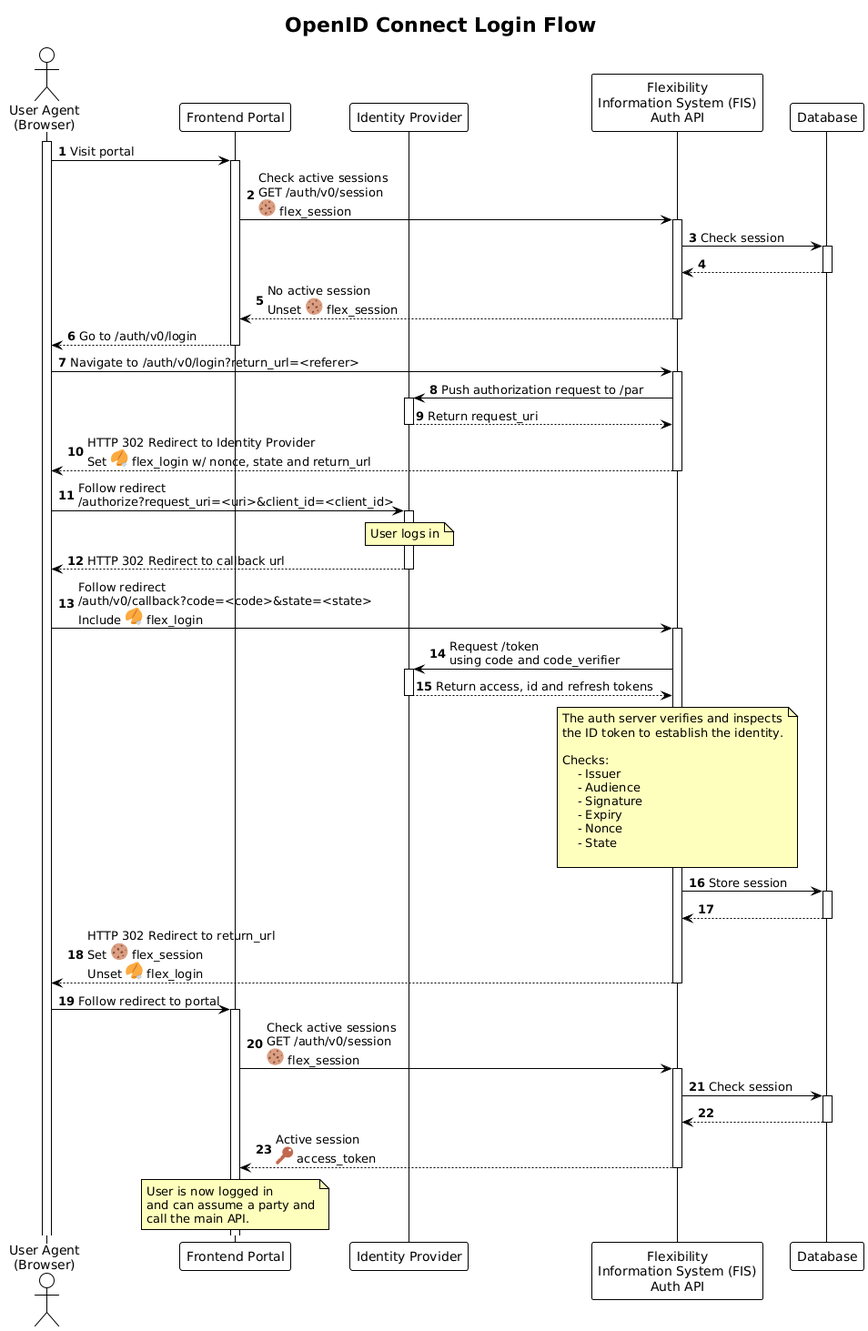
elhub/flex-information-system keeps this PlantUML diagram as docs-dev/diagrams/oidc_login_sequence.png. Above is the earlier version. Its diagram source:
```plantuml
@startuml oidc_login_sequence

!theme plain

title OpenID Connect Login Flow

autonumber
autoactivate on

skinparam note {
    BackgroundColor #FFFFBD
}

actor "User Agent\n(Browser)" as UA
activate UA
participant "Frontend Portal" as PORTAL
participant "Identity Provider" as IDP
participant "Flexibility\nInformation System (FIS)\nAuth API" as AUTH
participant "Database" as DB

UA -> PORTAL: Visit portal
PORTAL -> AUTH: Check active sessions\nGET /auth/v0/session\n<:cookie:> flex_session
AUTH -> DB: Check session
return
return No active session\nUnset <:cookie:> flex_session
return Go to /auth/v0/login

UA -> AUTH: Navigate to /auth/v0/login?return_url=<referer>
AUTH -> IDP: Push authorization request to /par
return Return request_uri
return HTTP 302 Redirect to Identity Provider\nSet <:fortune_cookie:> flex_login w/ nonce, state and return_url

UA -> IDP: Follow redirect\n/authorize?request_uri=<uri>&client_id=<client_id>
note over IDP
    User logs in
end note
return HTTP 302 Redirect to callback url

UA -> AUTH: Follow redirect\n/auth/v0/callback?code=<code>&state=<state>\nInclude <:fortune_cookie:> flex_login
AUTH -> IDP: Request /token\nusing code and code_verifier
return Return access, id and refresh tokens
note over AUTH
    The auth server verifies and inspects
    the ID token to establish the identity.

    Checks:
        - Issuer
        - Audience
        - Signature
        - Expiry
        - Nonce
        - State

end note

AUTH -> DB: Store session
return

return HTTP 302 Redirect to return_url\nSet <:cookie:> flex_session\nUnset <:fortune_cookie:> flex_login

UA -> PORTAL: Follow redirect to portal
PORTAL -> AUTH: Check active sessions\nGET /auth/v0/session\n<:cookie:> flex_session
AUTH -> DB: Check session
return
return Active session\n<:key:> access_token

note over PORTAL
    User is now logged in
    and can assume a party and
    call the main API.
end note
@enduml
```
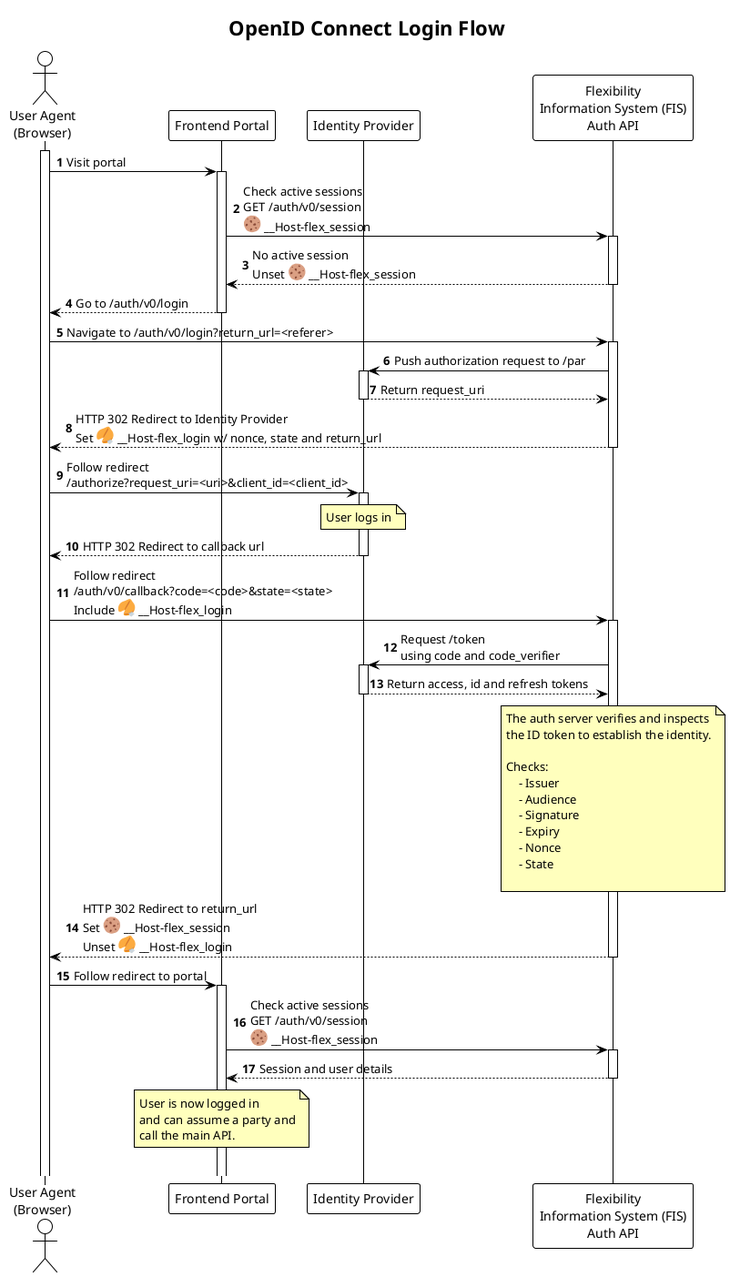
The same diagram one commit later.

Commit message:
docs: bff scope (FLEX-475)

Change to the diagram source:
```diff
@@ -16,19 +16,16 @@
 participant "Frontend Portal" as PORTAL
 participant "Identity Provider" as IDP
 participant "Flexibility\nInformation System (FIS)\nAuth API" as AUTH
-participant "Database" as DB
 
 UA -> PORTAL: Visit portal
-PORTAL -> AUTH: Check active sessions\nGET /auth/v0/session\n<:cookie:> flex_session
-AUTH -> DB: Check session
-return
-return No active session\nUnset <:cookie:> flex_session
+PORTAL -> AUTH: Check active sessions\nGET /auth/v0/session\n<:cookie:> __Host-flex_session
+return No active session\nUnset <:cookie:> __Host-flex_session
 return Go to /auth/v0/login
 
 UA -> AUTH: Navigate to /auth/v0/login?return_url=<referer>
 AUTH -> IDP: Push authorization request to /par
 return Return request_uri
-return HTTP 302 Redirect to Identity Provider\nSet <:fortune_cookie:> flex_login w/ nonce, state and return_url
+return HTTP 302 Redirect to Identity Provider\nSet <:fortune_cookie:> __Host-flex_login w/ nonce, state and return_url
 
 UA -> IDP: Follow redirect\n/authorize?request_uri=<uri>&client_id=<client_id>
 note over IDP
@@ -36,7 +33,7 @@
 end note
 return HTTP 302 Redirect to callback url
 
-UA -> AUTH: Follow redirect\n/auth/v0/callback?code=<code>&state=<state>\nInclude <:fortune_cookie:> flex_login
+UA -> AUTH: Follow redirect\n/auth/v0/callback?code=<code>&state=<state>\nInclude <:fortune_cookie:> __Host-flex_login
 AUTH -> IDP: Request /token\nusing code and code_verifier
 return Return access, id and refresh tokens
 note over AUTH
@@ -53,20 +50,16 @@
 
 end note
 
-AUTH -> DB: Store session
-return
-
-return HTTP 302 Redirect to return_url\nSet <:cookie:> flex_session\nUnset <:fortune_cookie:> flex_login
+return HTTP 302 Redirect to return_url\nSet <:cookie:> __Host-flex_session\nUnset <:fortune_cookie:> __Host-flex_login
 
 UA -> PORTAL: Follow redirect to portal
-PORTAL -> AUTH: Check active sessions\nGET /auth/v0/session\n<:cookie:> flex_session
-AUTH -> DB: Check session
-return
-return Active session\n<:key:> access_token
+PORTAL -> AUTH: Check active sessions\nGET /auth/v0/session\n<:cookie:> __Host-flex_session
+return Session and user details
 
 note over PORTAL
     User is now logged in
     and can assume a party and
     call the main API.
 end note
+|||
 @enduml
```
